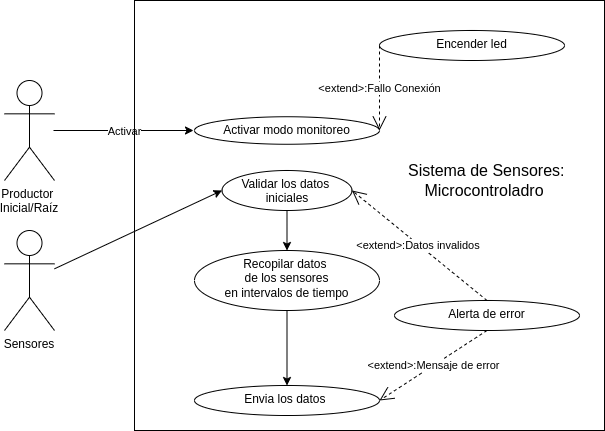
Earlier version of the draw.io export UML/Modulo1/RF01_2.drawio.png (miicxitl-kin/Proyecto-Terminal-1-y-2). Source tidied: cells renumbered, new cells last; positions are measured from the earlier drawing's top-left corner, leaving out a move shared by most shapes.
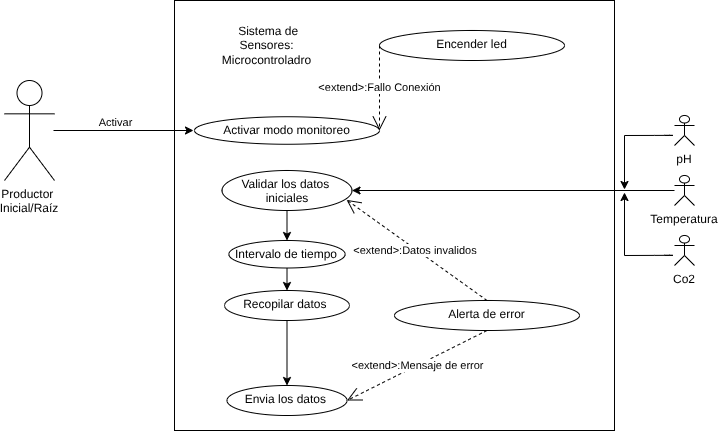
The same file after the commit.

The edit, as a diff of the source:
```diff
@@ -11,11 +11,11 @@
     <mxCell id="4" style="edgeStyle=none;html=1;entryX=0.5;entryY=0;entryDx=0;entryDy=0;" parent="1" edge="1" source="5" target="9">
       <mxGeometry relative="1" as="geometry" />
     </mxCell>
-    <mxCell id="5" value="&lt;font style=&quot;color: rgb(0, 0, 0);&quot;&gt;Recopilar datos&amp;nbsp;&lt;/font&gt;&lt;div&gt;&lt;font style=&quot;color: rgb(0, 0, 0);&quot;&gt;de los sensores&lt;/font&gt;&lt;/div&gt;&lt;div&gt;&lt;font style=&quot;color: rgb(0, 0, 0);&quot;&gt;en intervalos de tiempo&lt;/font&gt;&lt;/div&gt;" style="ellipse;whiteSpace=wrap;html=1;verticalAlign=top;fillColor=none;labelBorderColor=none;labelBackgroundColor=none;" parent="1" vertex="1">
-      <mxGeometry x="190" y="250" width="185" height="60" as="geometry" />
+    <mxCell id="5" value="&lt;font style=&quot;color: rgb(0, 0, 0);&quot;&gt;Recopilar datos&amp;nbsp;&lt;/font&gt;" style="ellipse;whiteSpace=wrap;html=1;verticalAlign=top;fillColor=none;labelBorderColor=none;labelBackgroundColor=none;" parent="1" vertex="1">
+      <mxGeometry x="220" y="290" width="125" height="30" as="geometry" />
     </mxCell>
-    <mxCell id="6" value="&lt;font style=&quot;scrollbar-color: rgb(226, 226, 226) rgb(251, 251, 251); color: rgb(0, 0, 0); font-size: 16px;&quot;&gt;&amp;nbsp;Sistema de Sensores:&lt;/font&gt;&lt;div style=&quot;color: rgb(63, 63, 63); scrollbar-color: rgb(226, 226, 226) rgb(251, 251, 251);&quot;&gt;&lt;font style=&quot;scrollbar-color: rgb(226, 226, 226) rgb(251, 251, 251); color: rgb(0, 0, 0); font-size: 16px;&quot;&gt;Microcontroladro&lt;/font&gt;&lt;/div&gt;" style="text;html=1;align=center;verticalAlign=middle;whiteSpace=wrap;rounded=0;" parent="1" vertex="1">
-      <mxGeometry x="390" y="150" width="180" height="60" as="geometry" />
+    <mxCell id="6" value="&lt;font style=&quot;scrollbar-color: rgb(226, 226, 226) rgb(251, 251, 251); color: rgb(0, 0, 0);&quot;&gt;&amp;nbsp;Sistema de Sensores:&lt;/font&gt;&lt;div style=&quot;color: rgb(63, 63, 63); scrollbar-color: rgb(226, 226, 226) rgb(251, 251, 251);&quot;&gt;&lt;font style=&quot;scrollbar-color: rgb(226, 226, 226) rgb(251, 251, 251); color: rgb(0, 0, 0);&quot;&gt;Microcontroladro&lt;/font&gt;&lt;/div&gt;" style="text;html=1;align=center;verticalAlign=middle;whiteSpace=wrap;rounded=0;fontSize=12;" parent="1" vertex="1">
+      <mxGeometry x="210" y="30" width="105" height="30" as="geometry" />
     </mxCell>
     <mxCell id="7" style="endArrow=classic;html=1;entryX=0;entryY=0.5;entryDx=0;entryDy=0;" parent="1" edge="1">
       <mxGeometry relative="1" as="geometry">
@@ -24,17 +24,13 @@
       </mxGeometry>
     </mxCell>
     <mxCell id="8" value="Activar" style="edgeLabel;html=1;align=center;verticalAlign=middle;" parent="7" vertex="1">
-      <mxGeometry relative="1" as="geometry" />
+      <mxGeometry relative="1" as="geometry">
+        <mxPoint x="-9" y="-9" as="offset" />
+      </mxGeometry>
     </mxCell>
     <mxCell id="9" value="Envia los datos&amp;nbsp;" style="ellipse;whiteSpace=wrap;html=1;verticalAlign=top;fillColor=none;labelBorderColor=none;labelBackgroundColor=none;" parent="1" vertex="1">
-      <mxGeometry x="190" y="385" width="185" height="30" as="geometry" />
+      <mxGeometry x="222.5" y="385" width="120" height="30" as="geometry" />
     </mxCell>
-    <mxCell id="10" style="edgeStyle=none;html=1;entryX=0;entryY=0.5;entryDx=0;entryDy=0;" parent="1" edge="1" source="11" target="16">
-      <mxGeometry relative="1" as="geometry" />
-    </mxCell>
-    <mxCell id="11" value="Sensores" style="shape=umlActor;verticalLabelPosition=bottom;verticalAlign=top;outlineConnect=0;fillColor=none;align=center;labelBorderColor=none;labelBackgroundColor=none;labelPosition=center;textShadow=0;fontColor=default;" parent="1" vertex="1">
-      <mxGeometry y="230" width="50" height="100" as="geometry" />
-    </mxCell>
     <mxCell id="12" value="&lt;font style=&quot;color: rgb(0, 0, 0);&quot;&gt;Alerta de error&lt;/font&gt;&lt;div&gt;&lt;br&gt;&lt;/div&gt;" style="ellipse;whiteSpace=wrap;html=1;verticalAlign=top;fillColor=none;labelBorderColor=none;labelBackgroundColor=none;" parent="1" vertex="1">
       <mxGeometry x="390" y="300" width="185" height="30" as="geometry" />
     </mxCell>
@@ -42,11 +38,11 @@
       <mxGeometry relative="1" as="geometry" />
     </mxCell>
     <mxCell id="14" style="rounded=0;whiteSpace=wrap;html=1;fillColor=none;" parent="1" vertex="1">
-      <mxGeometry x="130" width="470" height="430" as="geometry" />
+      <mxGeometry x="170" width="440" height="430" as="geometry" />
     </mxCell>
-    <mxCell id="15" style="edgeStyle=none;html=1;entryX=0.5;entryY=0;entryDx=0;entryDy=0;" parent="1" edge="1" source="16" target="5">
-      <mxGeometry relative="1" as="geometry" />
-    </mxCell>
+    <mxCell id="20" style="edgeStyle=none;html=1;entryX=0.5;entryY=0;entryDx=0;entryDy=0;" parent="1" edge="1" source="16" target="30">
+      <mxGeometry relative="1" as="geometry" />
+    </mxCell>
     <mxCell id="16" value="&lt;font style=&quot;color: rgb(0, 0, 0);&quot;&gt;Validar los datos&amp;nbsp;&lt;/font&gt;&lt;div&gt;&lt;font style=&quot;color: rgb(0, 0, 0);&quot;&gt;iniciales&lt;/font&gt;&lt;/div&gt;" style="ellipse;whiteSpace=wrap;html=1;verticalAlign=top;fillColor=none;labelBorderColor=none;labelBackgroundColor=none;" parent="1" vertex="1">
       <mxGeometry x="217.5" y="170" width="130" height="40" as="geometry" />
     </mxCell>
@@ -56,8 +52,58 @@
     <mxCell id="18" value="&amp;lt;extend&amp;gt;:Fallo Conexión" style="endArrow=open;endSize=12;dashed=1;html=1;entryX=1;entryY=0.5;entryDx=0;entryDy=0;exitX=0;exitY=0.5;exitDx=0;exitDy=0;" parent="1" edge="1" source="17" target="3">
       <mxGeometry relative="1" as="geometry" />
     </mxCell>
-    <mxCell id="19" value="&amp;lt;extend&amp;gt;:Datos invalidos&amp;nbsp;" style="endArrow=open;endSize=12;dashed=1;html=1;entryX=1;entryY=0.5;entryDx=0;entryDy=0;exitX=0.5;exitY=0;exitDx=0;exitDy=0;" parent="1" edge="1" source="12" target="16">
+    <mxCell id="19" value="&amp;lt;extend&amp;gt;:Datos invalidos&amp;nbsp;" style="endArrow=open;endSize=12;dashed=1;html=1;entryX=0.958;entryY=0.734;entryDx=0;entryDy=0;exitX=0.5;exitY=0;exitDx=0;exitDy=0;entryPerimeter=0;" parent="1" edge="1" source="12" target="16">
       <mxGeometry relative="1" as="geometry" />
     </mxCell>
+    <mxCell id="21" style="edgeStyle=none;html=1;entryX=1;entryY=0.5;entryDx=0;entryDy=0;" parent="1" edge="1" source="22" target="16">
+      <mxGeometry relative="1" as="geometry" />
+    </mxCell>
+    <mxCell id="22" value="Temperatura" style="shape=umlActor;verticalLabelPosition=bottom;verticalAlign=top;outlineConnect=0;fillColor=none;align=center;labelBorderColor=none;labelBackgroundColor=none;labelPosition=center;textShadow=0;fontColor=default;" parent="1" vertex="1">
+      <mxGeometry x="670" y="175" width="20" height="30" as="geometry" />
+    </mxCell>
+    <mxCell id="23" value="Co2" style="shape=umlActor;verticalLabelPosition=bottom;verticalAlign=top;fillColor=none;align=center;labelBorderColor=none;labelBackgroundColor=none;labelPosition=center;textShadow=0;fontColor=default;" parent="1" vertex="1">
+      <mxGeometry x="670" y="235" width="20" height="30" as="geometry" />
+    </mxCell>
+    <mxCell id="24" value="pH" style="shape=umlActor;verticalLabelPosition=bottom;verticalAlign=top;fillColor=none;align=center;labelBorderColor=none;labelBackgroundColor=none;labelPosition=center;textShadow=0;fontColor=default;" parent="1" vertex="1">
+      <mxGeometry x="670" y="115" width="20" height="30" as="geometry" />
+    </mxCell>
+    <mxCell id="25" style="endArrow=none;html=1;" parent="1" edge="1">
+      <mxGeometry relative="1" as="geometry">
+        <mxPoint x="620" y="135" as="sourcePoint" />
+        <mxPoint x="660" y="134.9" as="targetPoint" />
+        <Array as="points">
+          <mxPoint x="660" y="134.9" />
+          <mxPoint x="670" y="134.9" />
+        </Array>
+      </mxGeometry>
+    </mxCell>
+    <mxCell id="26" style="endArrow=none;html=1;" parent="1" edge="1">
+      <mxGeometry relative="1" as="geometry">
+        <mxPoint x="620" y="255" as="sourcePoint" />
+        <mxPoint x="660" y="254.8" as="targetPoint" />
+        <Array as="points">
+          <mxPoint x="660" y="254.8" />
+          <mxPoint x="670" y="254.8" />
+        </Array>
+      </mxGeometry>
+    </mxCell>
+    <mxCell id="27" style="endArrow=classic;html=1;" parent="1" edge="1">
+      <mxGeometry relative="1" as="geometry">
+        <mxPoint x="620" y="135" as="sourcePoint" />
+        <mxPoint x="620" y="189" as="targetPoint" />
+      </mxGeometry>
+    </mxCell>
+    <mxCell id="28" style="endArrow=classic;html=1;" parent="1" edge="1">
+      <mxGeometry relative="1" as="geometry">
+        <mxPoint x="620" y="255" as="sourcePoint" />
+        <mxPoint x="620" y="192" as="targetPoint" />
+      </mxGeometry>
+    </mxCell>
+    <mxCell id="29" style="edgeStyle=none;html=1;entryX=0.5;entryY=0;entryDx=0;entryDy=0;" parent="1" edge="1" source="30" target="5">
+      <mxGeometry relative="1" as="geometry" />
+    </mxCell>
+    <mxCell id="30" value="Intervalo de tiempo" style="ellipse;whiteSpace=wrap;html=1;verticalAlign=top;fillColor=none;labelBorderColor=none;labelBackgroundColor=none;" parent="1" vertex="1">
+      <mxGeometry x="224.4" y="240" width="116.2" height="27.5" as="geometry" />
+    </mxCell>
   </root>
 </mxGraphModel>
```
